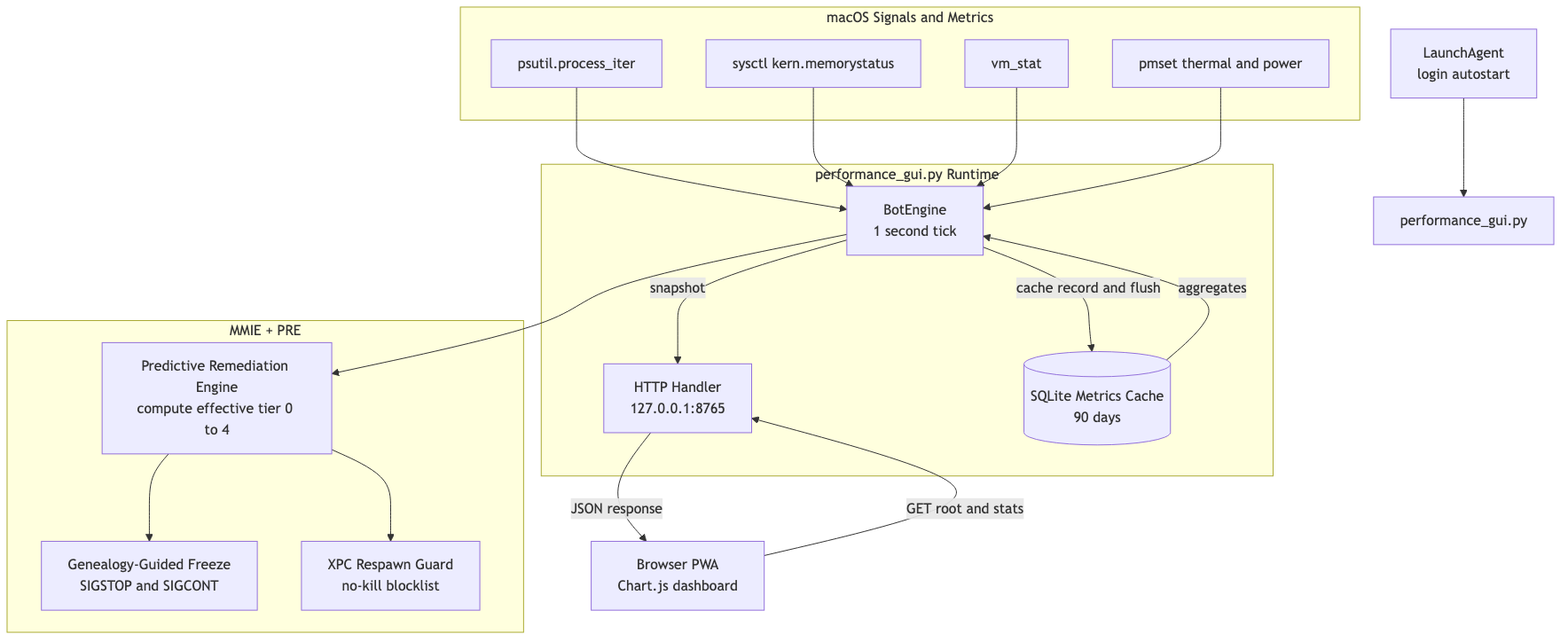
itsmeSugunakar/MAC_Perf_BOT keeps this Mermaid diagram as docs/design-diagram.png. Above is the earlier version. Its source is kept beside it as docs/design-diagram.mmd. The source it was exported from:
```mermaid
flowchart TD
  LA[LaunchAgent\nlogin autostart] --> GUI[performance_gui.py]

  subgraph APP[performance_gui.py Runtime]
    BE[BotEngine\n1 second tick]
    HTTP[HTTP Handler\n127.0.0.1:8765]
    DB[(SQLite Metrics Cache\n90 days)]

    BE -->|snapshot| HTTP
    BE -->|cache record and flush| DB
    DB -->|aggregates| BE
  end

  subgraph OS[macOS Signals and Metrics]
    PS[psutil.process_iter]
    SYS[sysctl kern.memorystatus]
    VM[vm_stat]
    PM[pmset thermal and power]
  end

  PS --> BE
  SYS --> BE
  VM --> BE
  PM --> BE

  subgraph MMIE[MMIE + PRE]
    PRE[Predictive Remediation Engine\ncompute effective tier 0 to 4]
    FG[Genealogy-Guided Freeze\nSIGSTOP and SIGCONT]
    XG[XPC Respawn Guard\nno-kill blocklist]
  end

  BE --> PRE
  PRE --> FG
  PRE --> XG

  BR[Browser PWA\nChart.js dashboard] -->|GET root and stats| HTTP
  HTTP -->|JSON response| BR
```
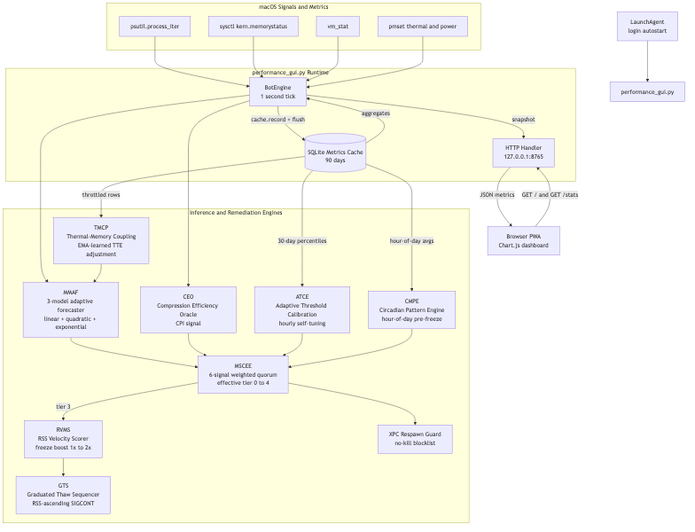
Above is the later version.

Commit message:
docs: update architecture diagram to v1.5.0

- design-diagram.mmd: rewrite from v1.2 (3-node MMIE subgraph) to full
  v1.5.0 ENGINES subgraph with all 9 nodes (MMAF, CEO, MSCEE, ATCE, CMPE,
  TMCP, RVMS, GTS, XPC Respawn Guard) and DB→engine feedback edges
- design-diagram.png: regenerated from updated .mmd via mermaid-cli
- architecture.md: add reference links to standalone .mmd/.png files;
  sync snapshot edge label with .mmd (no parentheses)

Diff of the diagram source:
```diff
@@ -7,7 +7,7 @@
     DB[(SQLite Metrics Cache\n90 days)]
 
     BE -->|snapshot| HTTP
-    BE -->|cache record and flush| DB
+    BE -->|cache.record + flush| DB
     DB -->|aggregates| BE
   end
 
@@ -23,15 +23,31 @@
   VM --> BE
   PM --> BE
 
-  subgraph MMIE[MMIE + PRE]
-    PRE[Predictive Remediation Engine\ncompute effective tier 0 to 4]
-    FG[Genealogy-Guided Freeze\nSIGSTOP and SIGCONT]
+  subgraph ENGINES[Inference and Remediation Engines]
+    MMAF[MMAF\n3-model adaptive forecaster\nlinear + quadratic + exponential]
+    CEO[CEO\nCompression Efficiency Oracle\nCPI signal]
+    MSCEE[MSCEE\n6-signal weighted quorum\neffective tier 0 to 4]
+    ATCE[ATCE\nAdaptive Threshold Calibration\nhourly self-tuning]
+    CMPE[CMPE\nCircadian Pattern Engine\nhour-of-day pre-freeze]
+    TMCP[TMCP\nThermal-Memory Coupling\nEMA-learned TTE adjustment]
+    RVMS[RVMS\nRSS Velocity Scorer\nfreeze boost 1x to 2x]
+    GTS[GTS\nGraduated Thaw Sequencer\nRSS-ascending SIGCONT]
     XG[XPC Respawn Guard\nno-kill blocklist]
   end
 
-  BE --> PRE
-  PRE --> FG
-  PRE --> XG
+  BE --> MMAF
+  BE --> CEO
+  MMAF --> MSCEE
+  CEO --> MSCEE
+  ATCE --> MSCEE
+  CMPE --> MSCEE
+  TMCP --> MMAF
+  MSCEE -->|tier 3| RVMS
+  RVMS --> GTS
+  MSCEE --> XG
+  DB -->|30-day percentiles| ATCE
+  DB -->|hour-of-day avgs| CMPE
+  DB -->|throttled rows| TMCP
 
-  BR[Browser PWA\nChart.js dashboard] -->|GET root and stats| HTTP
-  HTTP -->|JSON response| BR
+  BR[Browser PWA\nChart.js dashboard] -->|GET / and GET /stats| HTTP
+  HTTP -->|JSON metrics| BR
```
